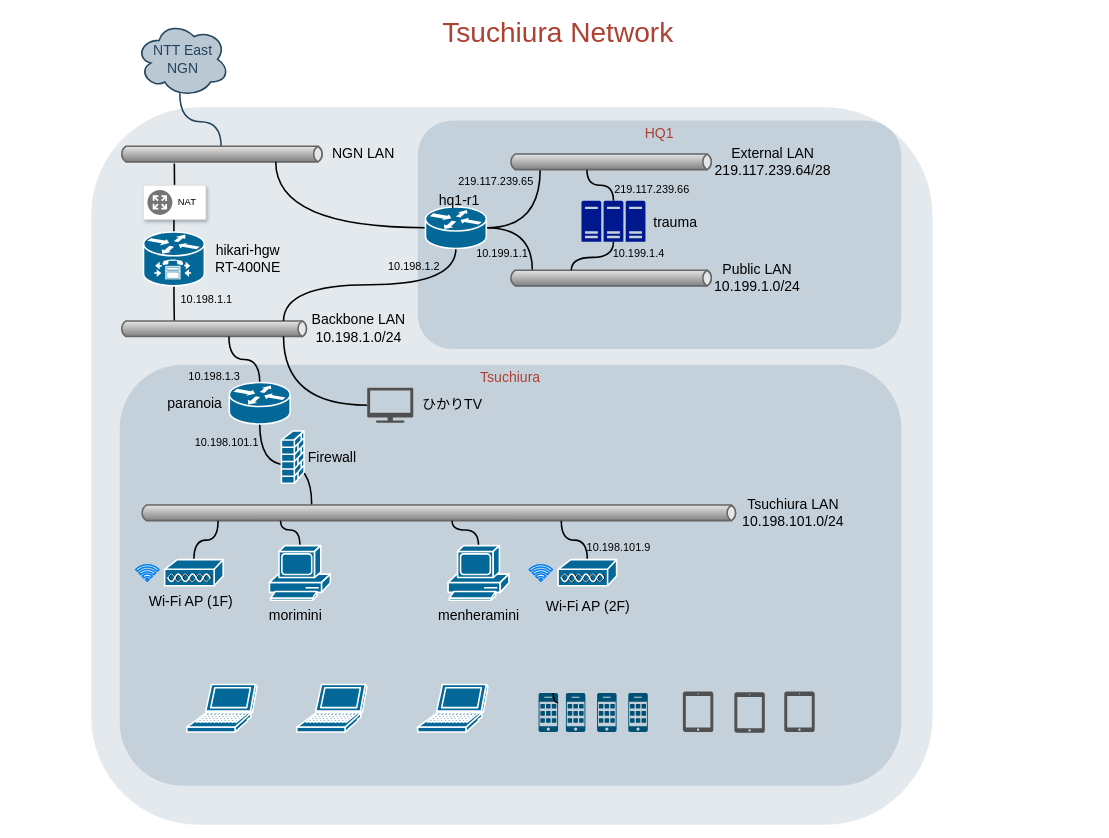
Earlier version of the draw.io diagram networking/Untitled Diagram.drawio (metastable-void/diagrams.net). Source tidied: cells renumbered, new cells numbered last; positions are measured from the earlier drawing's top-left corner, leaving out a move shared by most shapes. Both pictures are drawn from the tidied source at 78%, with x=0, y=0 at pixel (20, 13).
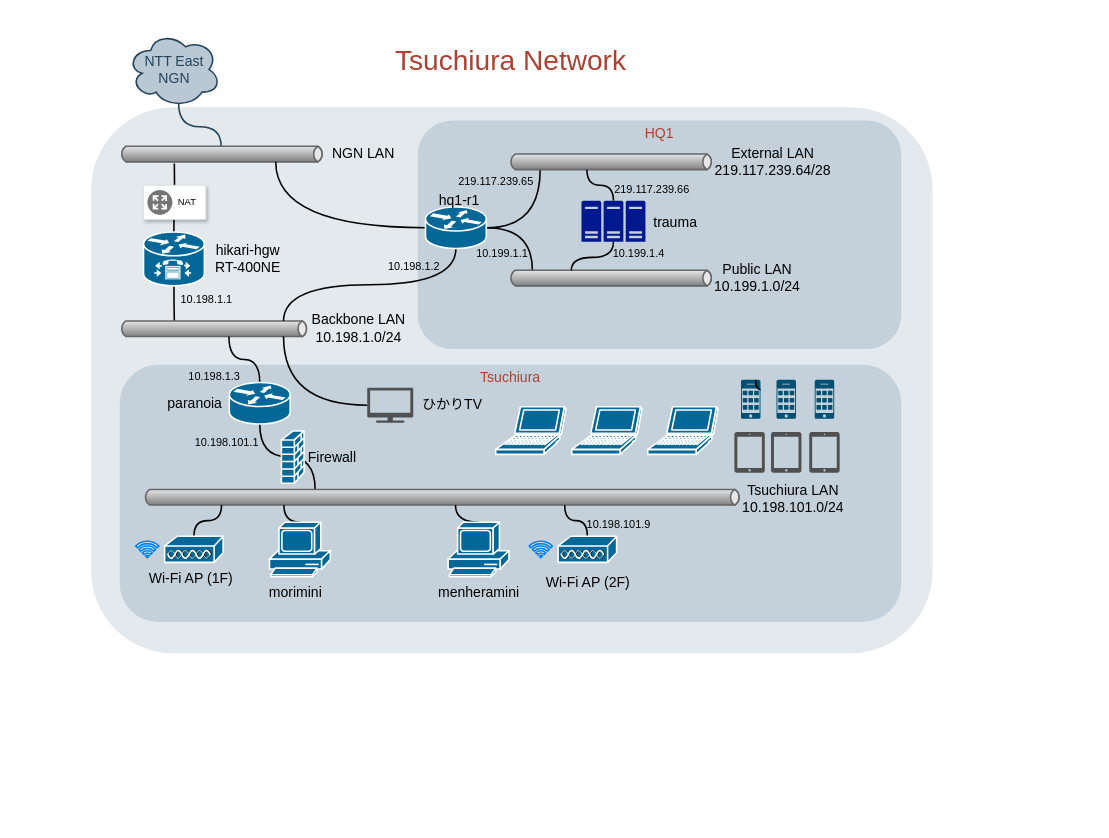
The same diagram, later.

The change refers to these unchanged cells:
```xml
<mxCell id="12" style="strokeWidth=2;strokeColor=#666666;dashed=0;align=center;html=1;fontSize=8;shape=mxgraph.eip.messageChannel;shadow=0;fillColor=#FFFFFF;gradientColor=none;fontColor=#F08705;fontStyle=0;" parent="1" vertex="1">
  <mxGeometry x="128" y="170" width="262" height="20" as="geometry" />
</mxCell>
```

Change to the diagram source:
```diff
@@
     <mxCell id="2" style="rounded=1;whiteSpace=wrap;html=1;shadow=0;strokeColor=none;fillColor=#BAC8D3;gradientColor=none;fontSize=18;fontColor=#F08705;opacity=40;fontStyle=0;strokeWidth=3;" parent="1" vertex="1">
-      <mxGeometry x="91.5" y="120" width="1078.5" height="920" as="geometry" />
+      <mxGeometry x="91.5" y="120" width="1078.5" height="700" as="geometry" />
     </mxCell>
@@
     <mxCell id="4" value="Tsuchiura" style="rounded=1;whiteSpace=wrap;html=1;shadow=0;strokeColor=none;fillColor=#BAC8D3;gradientColor=none;fontSize=18;fontColor=#AE4132;verticalAlign=top;fontStyle=0;opacity=70;strokeWidth=3;" parent="1" vertex="1">
-      <mxGeometry x="128" y="450" width="1002" height="540" as="geometry" />
+      <mxGeometry x="128" y="450" width="1002" height="330" as="geometry" />
     </mxCell>
     <mxCell id="5" value="&lt;div&gt;NTT East&lt;/div&gt;&lt;div&gt;NGN&lt;br&gt;&lt;/div&gt;" style="ellipse;shape=cloud;whiteSpace=wrap;html=1;shadow=0;strokeColor=#23445D;fillColor=#BAC8D3;gradientColor=none;fontSize=18;fontColor=#23445D;fontStyle=0;gradientDirection=north;strokeWidth=2;" parent="1" vertex="1">
-      <mxGeometry x="148.5" y="10" width="120" height="97" as="geometry" />
+      <mxGeometry x="137.5" y="23" width="120" height="97" as="geometry" />
     </mxCell>
-    <mxCell id="6" style="edgeStyle=orthogonalEdgeStyle;html=1;startArrow=none;startFill=0;endArrow=none;endFill=0;fontSize=18;fontColor=#F08705;strokeColor=#23445D;strokeWidth=2;fontStyle=0;entryX=0.471;entryY=0.948;entryDx=0;entryDy=0;entryPerimeter=0;exitX=0;exitY=0;exitDx=130;exitDy=0;exitPerimeter=0;curved=1;" parent="1" edge="1" source="12" target="5">
+    <mxCell id="6" style="edgeStyle=orthogonalEdgeStyle;html=1;startArrow=none;startFill=0;endArrow=none;endFill=0;fontSize=18;fontColor=#F08705;strokeColor=#23445D;strokeWidth=2;fontStyle=0;exitX=0;exitY=0;exitDx=130;exitDy=0;exitPerimeter=0;curved=1;entryX=0.55;entryY=0.95;entryDx=0;entryDy=0;entryPerimeter=0;" parent="1" edge="1" source="12" target="5">
       <mxGeometry relative="1" as="geometry" />
     </mxCell>
     <mxCell id="7" value="Tsuchiura Network" style="text;html=1;strokeColor=none;fillColor=none;align=center;verticalAlign=middle;whiteSpace=wrap;overflow=hidden;shadow=0;fontSize=36;fontColor=#AE4132;fontStyle=0;" parent="1" vertex="1">
-      <mxGeometry width="1380" height="45" as="geometry" />
+      <mxGeometry x="313.5" y="36" width="631" height="45" as="geometry" />
     </mxCell>
@@
     <mxCell id="23" style="strokeWidth=2;strokeColor=#666666;dashed=0;align=center;html=1;fontSize=8;shape=mxgraph.eip.messageChannel;shadow=0;fillColor=#FFFFFF;gradientColor=none;fontColor=#F08705;fontStyle=0;" parent="1" vertex="1">
-      <mxGeometry x="154.1" y="630" width="766" height="20" as="geometry" />
+      <mxGeometry x="158.5" y="610" width="766" height="20" as="geometry" />
     </mxCell>
     <mxCell id="24" value="&lt;div&gt;&lt;font style=&quot;font-size: 18px;&quot;&gt;Tsuchiura LAN&lt;/font&gt;&lt;/div&gt;&lt;div&gt;&lt;font style=&quot;font-size: 18px;&quot;&gt;10.198.101.0/24&lt;br&gt;&lt;/font&gt;&lt;/div&gt;" style="text;html=1;align=center;verticalAlign=middle;fillColor=none;strokeColor=none;rounded=0;" parent="1" vertex="1">
-      <mxGeometry x="916" y="610" width="150" height="60" as="geometry" />
+      <mxGeometry x="916" y="592" width="150" height="60" as="geometry" />
     </mxCell>
@@
     <mxCell id="27" style="shape=mxgraph.cisco.misc.access_point;html=1;dashed=0;fillColor=#036897;strokeColor=#ffffff;strokeWidth=2;verticalLabelPosition=bottom;verticalAlign=top;align=center;outlineConnect=0;fontSize=18;" parent="1" vertex="1">
-      <mxGeometry x="185.6" y="700" width="75" height="34" as="geometry" />
+      <mxGeometry x="185.6" y="670" width="75" height="34" as="geometry" />
     </mxCell>
     <mxCell id="28" style="html=1;verticalLabelPosition=bottom;align=center;labelBackgroundColor=#ffffff;verticalAlign=top;strokeWidth=2;strokeColor=#0080F0;shadow=0;dashed=0;shape=mxgraph.ios7.icons.wifi;fontSize=18;" parent="1" vertex="1">
-      <mxGeometry x="148.5" y="706.5" width="29.7" height="21" as="geometry" />
+      <mxGeometry x="148.5" y="676.5" width="29.7" height="21" as="geometry" />
     </mxCell>
     <mxCell id="29" value="Wi-Fi AP (1F)" style="text;html=1;align=center;verticalAlign=middle;fillColor=none;strokeColor=none;rounded=0;fontSize=18;" parent="1" vertex="1">
-      <mxGeometry x="154.1" y="734" width="130" height="40" as="geometry" />
+      <mxGeometry x="154.1" y="704" width="130" height="40" as="geometry" />
     </mxCell>
@@
     <mxCell id="31" style="shape=mxgraph.cisco.misc.access_point;html=1;dashed=0;fillColor=#036897;strokeColor=#ffffff;strokeWidth=2;verticalLabelPosition=bottom;verticalAlign=top;align=center;outlineConnect=0;fontSize=18;" parent="1" vertex="1">
-      <mxGeometry x="690" y="700" width="75" height="34" as="geometry" />
+      <mxGeometry x="690" y="670" width="75" height="34" as="geometry" />
     </mxCell>
     <mxCell id="32" value="Wi-Fi AP (2F)" style="text;html=1;align=center;verticalAlign=middle;fillColor=none;strokeColor=none;rounded=0;fontSize=18;" parent="1" vertex="1">
-      <mxGeometry x="662.5" y="740" width="130" height="40" as="geometry" />
+      <mxGeometry x="662.5" y="710" width="130" height="40" as="geometry" />
     </mxCell>
     <mxCell id="33" style="html=1;verticalLabelPosition=bottom;align=center;labelBackgroundColor=#ffffff;verticalAlign=top;strokeWidth=2;strokeColor=#0080F0;shadow=0;dashed=0;shape=mxgraph.ios7.icons.wifi;fontSize=18;" parent="1" vertex="1">
-      <mxGeometry x="653" y="706.5" width="29.7" height="21" as="geometry" />
+      <mxGeometry x="653" y="676.5" width="29.7" height="21" as="geometry" />
     </mxCell>
@@
     <mxCell id="50" style="shape=mxgraph.cisco.computers_and_peripherals.pc;sketch=0;html=1;dashed=0;fillColor=#036897;strokeColor=#ffffff;strokeWidth=2;verticalLabelPosition=bottom;verticalAlign=top;align=center;outlineConnect=0;fontSize=18;" parent="1" vertex="1">
-      <mxGeometry x="320" y="682" width="78" height="70" as="geometry" />
+      <mxGeometry x="320" y="652" width="78" height="70" as="geometry" />
     </mxCell>
@@
     <mxCell id="52" style="shape=mxgraph.cisco.computers_and_peripherals.pc;sketch=0;html=1;dashed=0;fillColor=#036897;strokeColor=#ffffff;strokeWidth=2;verticalLabelPosition=bottom;verticalAlign=top;align=center;outlineConnect=0;fontSize=18;" parent="1" vertex="1">
-      <mxGeometry x="549" y="682" width="78" height="70" as="geometry" />
+      <mxGeometry x="549" y="652" width="78" height="70" as="geometry" />
     </mxCell>
     <mxCell id="53" value="morimini" style="text;html=1;align=center;verticalAlign=middle;fillColor=none;strokeColor=none;rounded=0;fontSize=18;" parent="1" vertex="1">
-      <mxGeometry x="308" y="752" width="90" height="40" as="geometry" />
+      <mxGeometry x="308" y="722" width="90" height="40" as="geometry" />
     </mxCell>
     <mxCell id="54" value="menheramini" style="text;html=1;align=center;verticalAlign=middle;fillColor=none;strokeColor=none;rounded=0;fontSize=18;" parent="1" vertex="1">
-      <mxGeometry x="523" y="752" width="130" height="40" as="geometry" />
+      <mxGeometry x="523" y="722" width="130" height="40" as="geometry" />
     </mxCell>
@@
     <mxCell id="58" style="shape=mxgraph.cisco.computers_and_peripherals.laptop;html=1;dashed=0;fillColor=#036897;strokeColor=#ffffff;strokeWidth=2;verticalLabelPosition=bottom;verticalAlign=top;align=center;fontSize=18;" parent="1" vertex="1">
-      <mxGeometry x="214" y="860" width="90" height="61" as="geometry" />
+      <mxGeometry x="610" y="504" width="90" height="61" as="geometry" />
     </mxCell>
     <mxCell id="59" style="shape=mxgraph.cisco.computers_and_peripherals.laptop;html=1;dashed=0;fillColor=#036897;strokeColor=#ffffff;strokeWidth=2;verticalLabelPosition=bottom;verticalAlign=top;align=center;fontSize=18;" parent="1" vertex="1">
-      <mxGeometry x="355" y="860" width="90" height="61" as="geometry" />
+      <mxGeometry x="707.5" y="504" width="90" height="61" as="geometry" />
     </mxCell>
     <mxCell id="60" style="shape=mxgraph.cisco.computers_and_peripherals.laptop;html=1;dashed=0;fillColor=#036897;strokeColor=#ffffff;strokeWidth=2;verticalLabelPosition=bottom;verticalAlign=top;align=center;fontSize=18;" parent="1" vertex="1">
-      <mxGeometry x="510" y="860" width="90" height="61" as="geometry" />
+      <mxGeometry x="805" y="504" width="90" height="61" as="geometry" />
     </mxCell>
     <mxCell id="61" style="sketch=0;points=[[0.015,0.015,0],[0.985,0.015,0],[0.985,0.985,0],[0.015,0.985,0],[0.25,0,0],[0.5,0,0],[0.75,0,0],[1,0.25,0],[1,0.5,0],[1,0.75,0],[0.75,1,0],[0.5,1,0],[0.25,1,0],[0,0.75,0],[0,0.5,0],[0,0.25,0]];verticalLabelPosition=bottom;html=1;verticalAlign=top;align=center;shape=mxgraph.cisco19.cell_phone;fillColor=#005073;strokeColor=none;fontSize=18;" parent="1" vertex="1">
-      <mxGeometry x="665" y="871" width="25" height="50" as="geometry" />
+      <mxGeometry x="924.5" y="469.5" width="25" height="50" as="geometry" />
     </mxCell>
@@
     <mxCell id="63" style="sketch=0;verticalLabelPosition=bottom;html=1;verticalAlign=top;align=center;shape=mxgraph.cisco19.cell_phone;fillColor=#005073;strokeColor=none;fontSize=18;" parent="1" vertex="1">
-      <mxGeometry x="700" y="871" width="25" height="50" as="geometry" />
+      <mxGeometry x="970" y="469.5" width="25" height="50" as="geometry" />
     </mxCell>
     <mxCell id="64" style="sketch=0;verticalLabelPosition=bottom;html=1;verticalAlign=top;align=center;shape=mxgraph.cisco19.cell_phone;fillColor=#005073;strokeColor=none;fontSize=18;" parent="1" vertex="1">
-      <mxGeometry x="740" y="871" width="25" height="50" as="geometry" />
+      <mxGeometry x="1019" y="469.5" width="25" height="50" as="geometry" />
     </mxCell>
-    <mxCell id="65" style="sketch=0;verticalLabelPosition=bottom;html=1;verticalAlign=top;align=center;shape=mxgraph.cisco19.cell_phone;fillColor=#005073;strokeColor=none;fontSize=18;" parent="1" vertex="1">
-      <mxGeometry x="780" y="871" width="25" height="50" as="geometry" />
-    </mxCell>
     <mxCell id="66" style="sketch=0;shadow=0;dashed=0;html=1;strokeColor=none;fillColor=#505050;labelPosition=center;verticalLabelPosition=bottom;verticalAlign=top;align=center;shape=mxgraph.office.devices.tablet_ipad;fontSize=18;" parent="1" vertex="1">
-      <mxGeometry x="850" y="869" width="39" height="52" as="geometry" />
+      <mxGeometry x="916" y="536.5" width="39" height="52" as="geometry" />
     </mxCell>
     <mxCell id="67" style="sketch=0;shadow=0;dashed=0;html=1;strokeColor=none;fillColor=#505050;labelPosition=center;verticalLabelPosition=bottom;verticalAlign=top;align=center;shape=mxgraph.office.devices.tablet_ipad;fontSize=18;" parent="1" vertex="1">
-      <mxGeometry x="916" y="870" width="39" height="52" as="geometry" />
+      <mxGeometry x="963" y="536.5" width="39" height="52" as="geometry" />
     </mxCell>
     <mxCell id="68" style="sketch=0;shadow=0;dashed=0;html=1;strokeColor=none;fillColor=#505050;labelPosition=center;verticalLabelPosition=bottom;verticalAlign=top;align=center;shape=mxgraph.office.devices.tablet_ipad;fontSize=18;" parent="1" vertex="1">
-      <mxGeometry x="980" y="869" width="39" height="52" as="geometry" />
+      <mxGeometry x="1012" y="536.5" width="39" height="52" as="geometry" />
     </mxCell>
@@
     <mxCell id="70" value="10.198.101.9" style="text;whiteSpace=wrap;html=1;fontSize=14;" parent="1" vertex="1">
-      <mxGeometry x="725" y="670" width="90" height="30" as="geometry" />
+      <mxGeometry x="725" y="640" width="90" height="30" as="geometry" />
     </mxCell>
```
